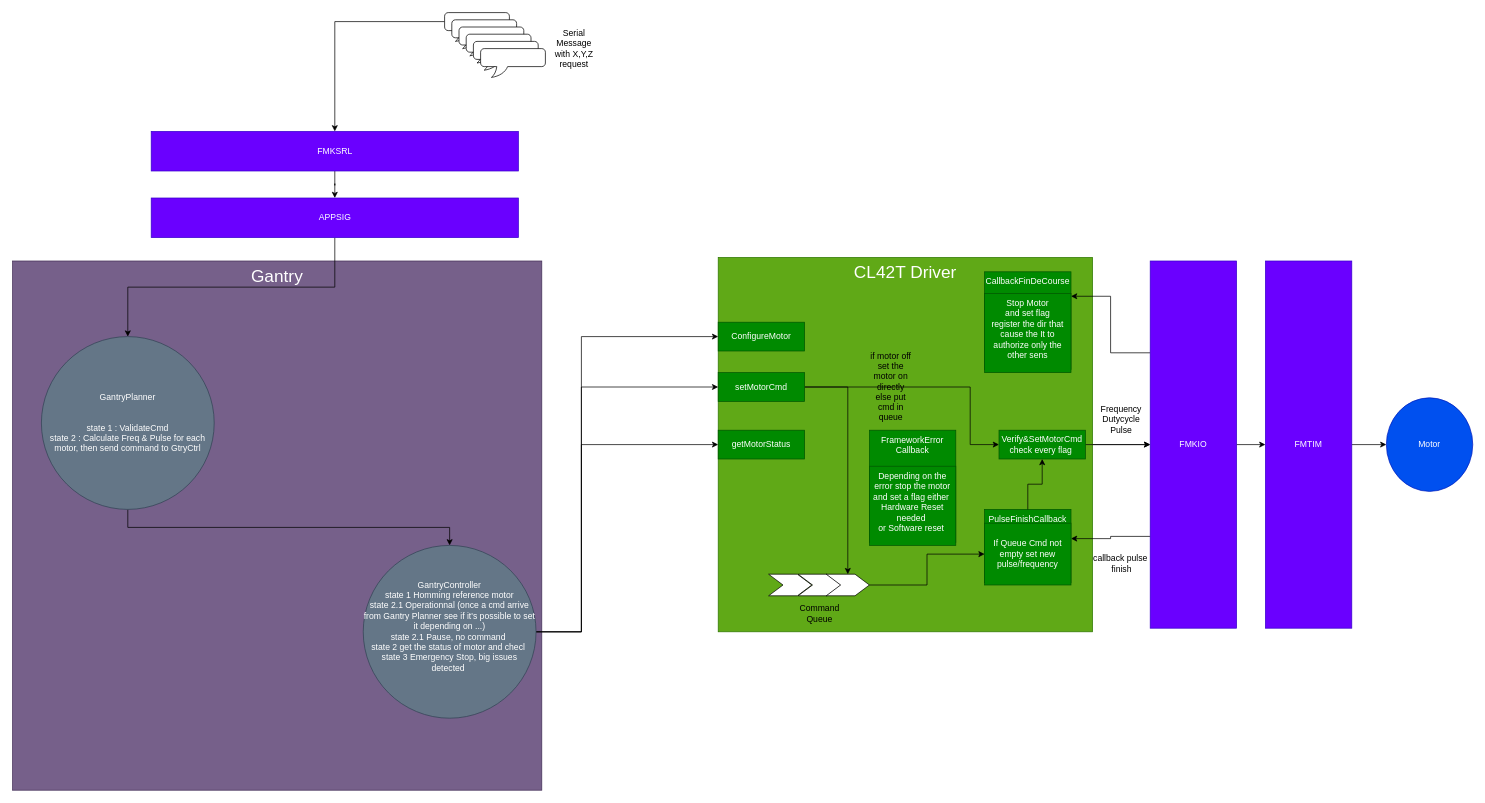
This is src/3_APP/APP_LGC/Src/Agents/Gantry/Doc/gantryDesign.drawio from mbarbeau0545/ProjectGamma, a draw.io file, before an edit. Source tidied: cells renumbered, new cells numbered last; positions are measured from the earlier drawing's top-left corner, leaving out a move shared by most shapes. Both pictures are drawn from the tidied source at 72%, with x=0, y=0 at pixel (12, -32).
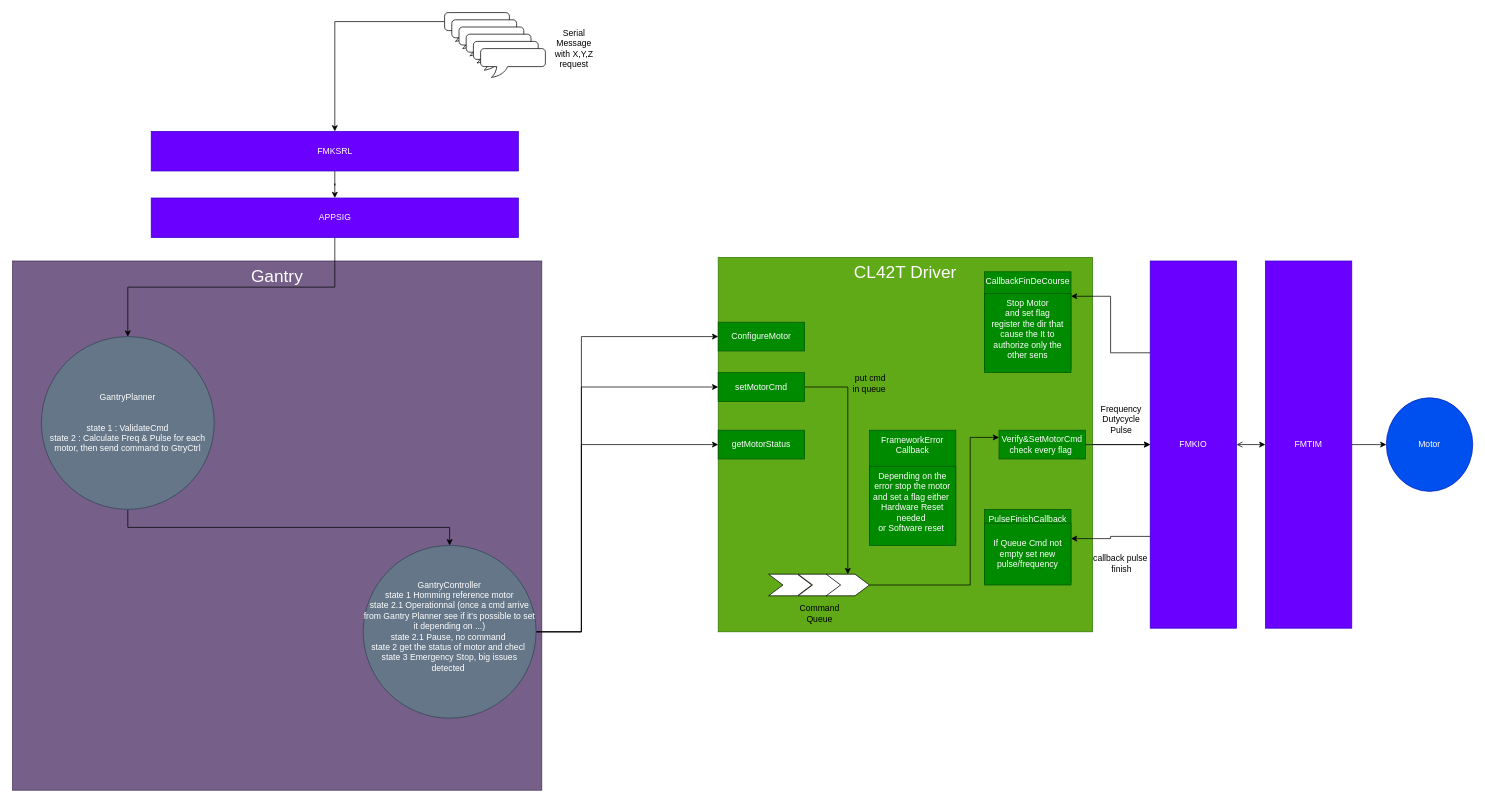
Above is the later version.

Unchanged cells that the change refers to:
```xml
<mxCell id="7" value="FMKIO" style="rounded=0;whiteSpace=wrap;html=1;fillColor=#6a00ff;fontColor=#ffffff;strokeColor=#3700CC;" parent="1" vertex="1">
  <mxGeometry x="1580" y="407" width="120" height="510" as="geometry" />
</mxCell>
<mxCell id="9" value="FMTIM" style="rounded=0;whiteSpace=wrap;html=1;fillColor=#6a00ff;fontColor=#ffffff;strokeColor=#3700CC;" parent="1" vertex="1">
  <mxGeometry x="1740" y="407" width="120" height="510" as="geometry" />
</mxCell>
<mxCell id="14" value="setMotorCmd" style="rounded=0;whiteSpace=wrap;html=1;fillColor=#008a00;fontColor=#ffffff;strokeColor=#005700;" parent="1" vertex="1">
  <mxGeometry x="980" y="562" width="120" height="40" as="geometry" />
</mxCell>
<mxCell id="19" style="shape=step;perimeter=stepPerimeter;whiteSpace=wrap;html=1;fixedSize=1;" parent="1" vertex="1">
  <mxGeometry x="1130" y="842" width="60" height="30" as="geometry" />
</mxCell>
<mxCell id="24" value="PulseFinishCallback" style="rounded=0;whiteSpace=wrap;html=1;fillColor=#008a00;fontColor=#ffffff;strokeColor=#005700;verticalAlign=top;" parent="23" vertex="1">
  <mxGeometry width="120" height="101.8" as="geometry" />
</mxCell>
<mxCell id="25" value="&lt;div&gt;&lt;br&gt;&lt;div&gt;If Queue Cmd not empty set new pulse/frequency&lt;/div&gt;&lt;/div&gt;&lt;div&gt;&lt;br&gt;&lt;/div&gt;" style="rounded=0;whiteSpace=wrap;html=1;fillColor=#008a00;fontColor=#ffffff;strokeColor=#005700;verticalAlign=top;" parent="23" vertex="1">
  <mxGeometry y="19.1" width="120" height="85.9" as="geometry" />
</mxCell>
<mxCell id="37" value="Verify&amp;amp;SetMotorCmd&lt;div&gt;check every flag&amp;nbsp;&lt;/div&gt;" style="rounded=0;whiteSpace=wrap;html=1;fillColor=#008a00;fontColor=#ffffff;strokeColor=#005700;" parent="1" vertex="1">
  <mxGeometry x="1370" y="642" width="120" height="40" as="geometry" />
</mxCell>
```

Change to the diagram source:
```diff
@@
-    <mxCell id="4" style="edgeStyle=orthogonalEdgeStyle;rounded=0;jettySize=auto;html=1;exitX=1;exitY=0.5;exitDx=0;exitDy=0;" parent="1" edge="1" source="7" target="9">
+    <mxCell id="4" style="edgeStyle=orthogonalEdgeStyle;rounded=0;jettySize=auto;html=1;exitX=1;exitY=0.5;exitDx=0;exitDy=0;startArrow=open;startFill=0;" parent="1" edge="1" source="7" target="9">
       <mxGeometry relative="1" as="geometry" />
     </mxCell>
@@
-    <mxCell id="13" style="edgeStyle=orthogonalEdgeStyle;rounded=0;jettySize=auto;html=1;exitX=1;exitY=0.5;exitDx=0;exitDy=0;entryX=0;entryY=0.5;entryDx=0;entryDy=0;" parent="1" edge="1" source="14" target="37">
-      <mxGeometry relative="1" as="geometry">
-        <Array as="points">
-          <mxPoint x="1330" y="582" />
-          <mxPoint x="1330" y="662" />
-        </Array>
-      </mxGeometry>
-    </mxCell>
@@
-    <mxCell id="18" style="edgeStyle=orthogonalEdgeStyle;rounded=0;jettySize=auto;html=1;exitX=1;exitY=0.5;exitDx=0;exitDy=0;" parent="1" edge="1" source="19" target="25">
-      <mxGeometry relative="1" as="geometry" />
+    <mxCell id="18" style="edgeStyle=orthogonalEdgeStyle;rounded=0;jettySize=auto;html=1;exitX=1;exitY=0.5;exitDx=0;exitDy=0;entryX=0;entryY=0.25;entryDx=0;entryDy=0;" parent="1" edge="1" source="19" target="37">
+      <mxGeometry relative="1" as="geometry">
+        <Array as="points">
+          <mxPoint x="1330" y="857" />
+          <mxPoint x="1330" y="652" />
+        </Array>
+      </mxGeometry>
     </mxCell>
@@
-    <mxCell id="35" value="if motor off set the motor on directly else put cmd in queue" style="text;strokeColor=none;align=center;fillColor=none;html=1;verticalAlign=middle;whiteSpace=wrap;rounded=0;" parent="1" vertex="1">
-      <mxGeometry x="1190" y="567" width="60" height="30" as="geometry" />
+    <mxCell id="35" value="&amp;nbsp;put cmd in queue" style="text;strokeColor=none;align=center;fillColor=none;html=1;verticalAlign=middle;whiteSpace=wrap;rounded=0;" parent="1" vertex="1">
+      <mxGeometry x="1160" y="562" width="60" height="30" as="geometry" />
     </mxCell>
@@
-    <mxCell id="38" style="edgeStyle=orthogonalEdgeStyle;rounded=0;jettySize=auto;html=1;exitX=0.5;exitY=0;exitDx=0;exitDy=0;entryX=0.5;entryY=1;entryDx=0;entryDy=0;" parent="1" edge="1" source="24" target="37">
-      <mxGeometry relative="1" as="geometry" />
-    </mxCell>
```
